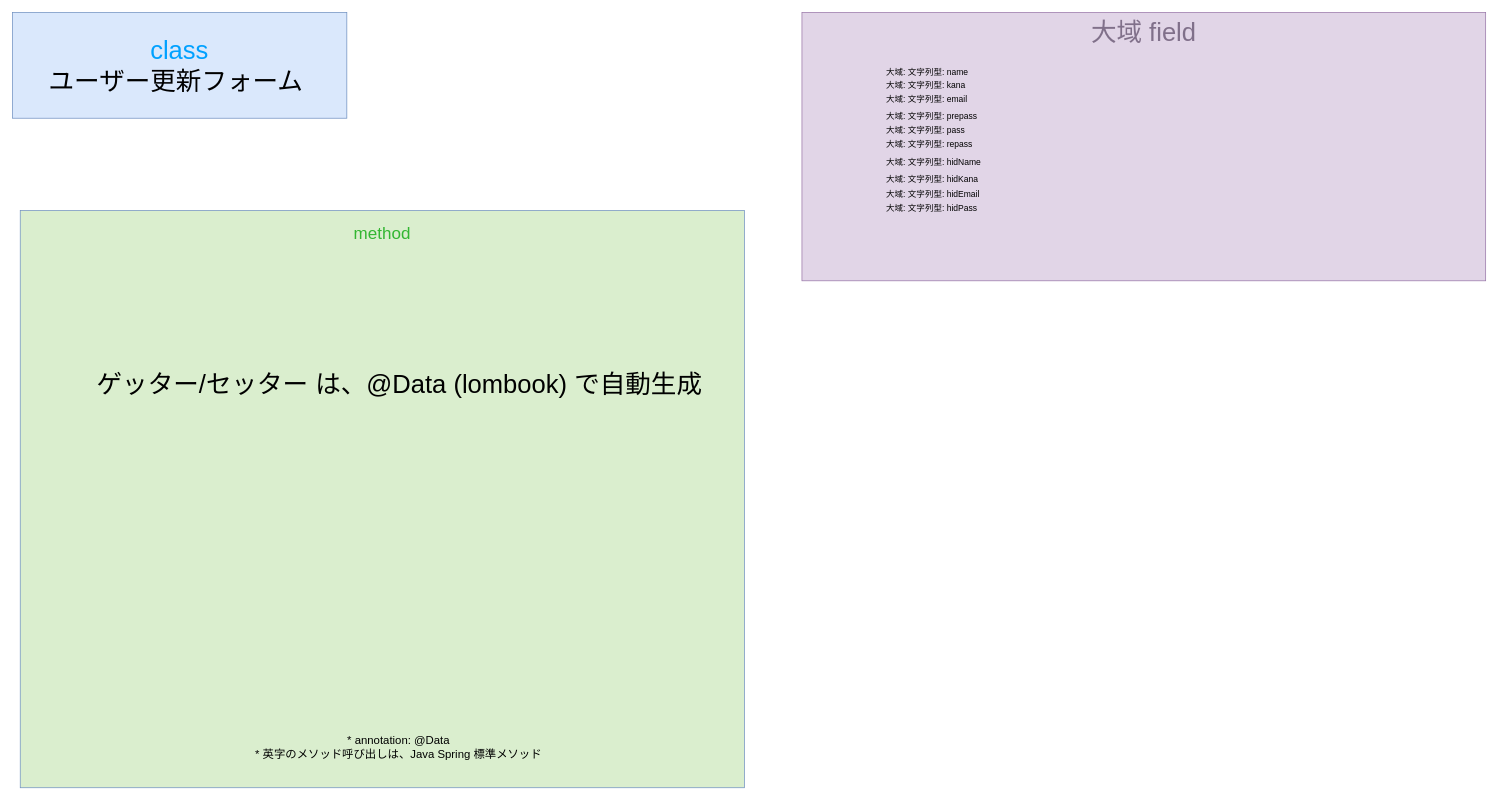
tro319/meeting_reservation_system keeps this draw.io diagram as gijigengo/model/form/meeting_reservation_sys model_form_user UserSetForm クラス 疑似言語.drawio. Above is the earlier version. Source tidied: cells renumbered, new cells numbered last; positions are measured from the earlier drawing's top-left corner, leaving out a move shared by most shapes. Both pictures are drawn from the tidied source at 71%, with x=0, y=0 at pixel (12, 12).
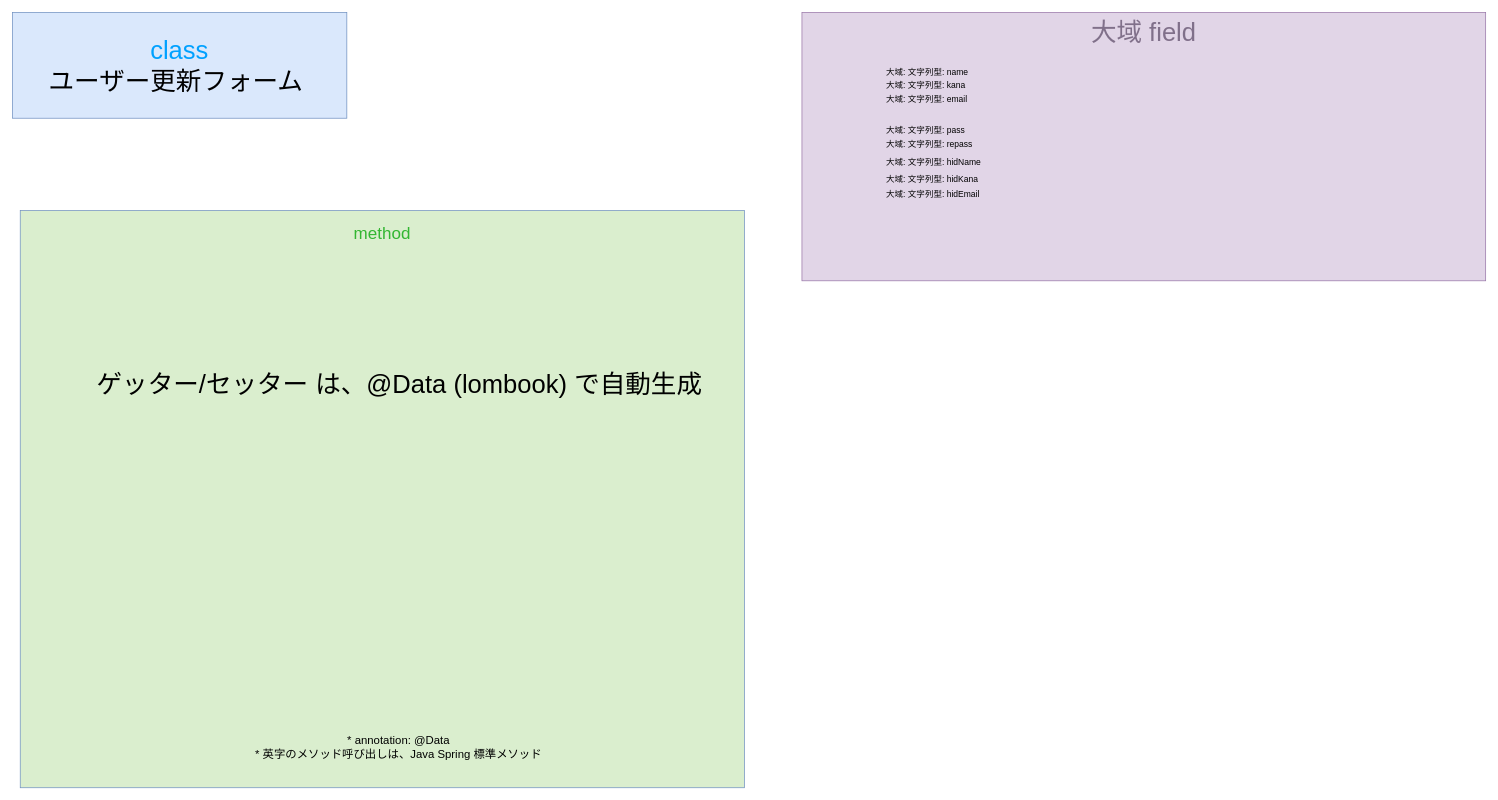
The same diagram, later.

Change to the diagram source:
```diff
@@
 <mxGraphModel>
   <root>
     <mxCell id="0" />
     <mxCell id="1" parent="0" />
     <mxCell id="2" value="&lt;div&gt;&lt;span style=&quot;color: rgb(0, 161, 255);&quot;&gt;class&lt;/span&gt;&lt;/div&gt;&lt;div&gt;ユーザー更新フォーム&amp;nbsp;&lt;/div&gt;" style="text;html=1;whiteSpace=wrap;strokeColor=#6c8ebf;fillColor=#dae8fc;align=center;verticalAlign=middle;rounded=0;fontSize=36;" parent="1" vertex="1">
       <mxGeometry width="471" height="149" as="geometry" />
     </mxCell>
     <mxCell id="3" value="&lt;div&gt;&lt;font style=&quot;font-size: 24px;&quot;&gt;&lt;span style=&quot;color: rgb(50, 182, 49);&quot;&gt;&lt;span style=&quot;&quot;&gt;&lt;span style=&quot;&quot;&gt;&lt;span&gt;method&lt;/span&gt;&lt;/span&gt;&lt;/span&gt;&lt;/span&gt;&lt;/font&gt;&lt;/div&gt;&lt;div&gt;&lt;font style=&quot;font-size: 24px;&quot;&gt;&lt;span style=&quot;color: rgba(0, 0, 0, 0);&quot;&gt;&lt;span style=&quot;color: rgba(0, 0, 0, 0);&quot;&gt;&lt;span style=&quot;&quot;&gt;&lt;span style=&quot;&quot;&gt;&lt;br&gt;&lt;/span&gt;&lt;/span&gt;&lt;/span&gt;&lt;/span&gt;&lt;/font&gt;&lt;/div&gt;" style="text;html=1;whiteSpace=wrap;strokeColor=#6c8ebf;fillColor=light-dark(#daeece, #214210);align=center;verticalAlign=top;rounded=0;fontSize=36;fontColor=#00A1FF;" parent="1" vertex="1">
       <mxGeometry x="11" y="279" width="1020" height="813" as="geometry" />
     </mxCell>
     <mxCell id="4" value="ゲッター/セッター は、@Data (lombook) で自動生成" style="text;html=1;whiteSpace=wrap;strokeColor=none;fillColor=none;align=left;verticalAlign=middle;rounded=0;fontSize=36;" parent="1" vertex="1">
       <mxGeometry x="116.8" y="508" width="854.5" height="30" as="geometry" />
     </mxCell>
     <mxCell id="5" value="&lt;div&gt;&lt;br&gt;&lt;/div&gt;&lt;div&gt;&lt;span&gt;&lt;span&gt;&lt;span style=&quot;color: rgb(0, 0, 0);&quot;&gt;&lt;font style=&quot;font-size: 16px;&quot;&gt;* annotation: @Data&lt;/font&gt;&lt;/span&gt;&lt;/span&gt;&lt;/span&gt;&lt;/div&gt;&lt;div&gt;&lt;span&gt;&lt;span&gt;&lt;span style=&quot;color: rgb(0, 0, 0);&quot;&gt;&lt;font style=&quot;font-size: 16px;&quot;&gt;* 英字のメソッド呼び出しは、Java Spring 標準メソッド&lt;/font&gt;&lt;/span&gt;&lt;/span&gt;&lt;/span&gt;&lt;/div&gt;" style="text;html=1;whiteSpace=wrap;strokeColor=none;fillColor=none;align=center;verticalAlign=middle;rounded=0;" parent="1" vertex="1">
       <mxGeometry x="249" y="1012" width="590" height="30" as="geometry" />
     </mxCell>
     <mxCell id="6" value="&lt;font&gt;大域 field&lt;/font&gt;" style="rounded=0;whiteSpace=wrap;html=1;fillColor=#e1d5e7;strokeColor=#9673a6;verticalAlign=top;fontSize=36;fontColor=#80708A;" parent="1" vertex="1">
       <mxGeometry x="1112" width="963" height="378" as="geometry" />
     </mxCell>
     <mxCell id="7" value="大域: 文字列型: name" style="text;html=1;whiteSpace=wrap;strokeColor=none;fillColor=none;align=left;verticalAlign=middle;rounded=0;fontSize=12;" parent="1" vertex="1">
       <mxGeometry x="1229" y="70" width="590" height="30" as="geometry" />
     </mxCell>
     <mxCell id="8" value="大域: 文字列型: kana" style="text;html=1;whiteSpace=wrap;strokeColor=none;fillColor=none;align=left;verticalAlign=middle;rounded=0;fontSize=12;" parent="1" vertex="1">
       <mxGeometry x="1229" y="88" width="590" height="30" as="geometry" />
     </mxCell>
     <mxCell id="9" value="大域: 文字列型: email" style="text;html=1;whiteSpace=wrap;strokeColor=none;fillColor=none;align=left;verticalAlign=middle;rounded=0;fontSize=12;" parent="1" vertex="1">
       <mxGeometry x="1229" y="108" width="590" height="30" as="geometry" />
     </mxCell>
     <mxCell id="10" value="大域: 文字列型: pass" style="text;html=1;whiteSpace=wrap;strokeColor=none;fillColor=none;align=left;verticalAlign=middle;rounded=0;fontSize=12;" parent="1" vertex="1">
       <mxGeometry x="1229" y="152" width="590" height="30" as="geometry" />
     </mxCell>
     <mxCell id="11" value="大域: 文字列型: repass" style="text;html=1;whiteSpace=wrap;strokeColor=none;fillColor=none;align=left;verticalAlign=middle;rounded=0;fontSize=12;" parent="1" vertex="1">
       <mxGeometry x="1229" y="171" width="590" height="30" as="geometry" />
     </mxCell>
-    <mxCell id="12" value="大域: 文字列型: prepass" style="text;html=1;whiteSpace=wrap;strokeColor=none;fillColor=none;align=left;verticalAlign=middle;rounded=0;fontSize=12;" parent="1" vertex="1">
-      <mxGeometry x="1229" y="131" width="590" height="30" as="geometry" />
-    </mxCell>
     <mxCell id="13" value="大域: 文字列型: hidName" style="text;html=1;whiteSpace=wrap;strokeColor=none;fillColor=none;align=left;verticalAlign=middle;rounded=0;fontSize=12;" parent="1" vertex="1">
       <mxGeometry x="1229" y="197" width="590" height="30" as="geometry" />
     </mxCell>
     <mxCell id="14" value="大域: 文字列型: hidKana" style="text;html=1;whiteSpace=wrap;strokeColor=none;fillColor=none;align=left;verticalAlign=middle;rounded=0;fontSize=12;" parent="1" vertex="1">
       <mxGeometry x="1229" y="220" width="590" height="30" as="geometry" />
     </mxCell>
     <mxCell id="15" value="大域: 文字列型: hidEmail" style="text;html=1;whiteSpace=wrap;strokeColor=none;fillColor=none;align=left;verticalAlign=middle;rounded=0;fontSize=12;" parent="1" vertex="1">
       <mxGeometry x="1229" y="241" width="590" height="30" as="geometry" />
     </mxCell>
-    <mxCell id="16" value="大域: 文字列型: hidPass" style="text;html=1;whiteSpace=wrap;strokeColor=none;fillColor=none;align=left;verticalAlign=middle;rounded=0;fontSize=12;" parent="1" vertex="1">
-      <mxGeometry x="1229" y="261" width="590" height="30" as="geometry" />
-    </mxCell>
   </root>
 </mxGraphModel>
```
